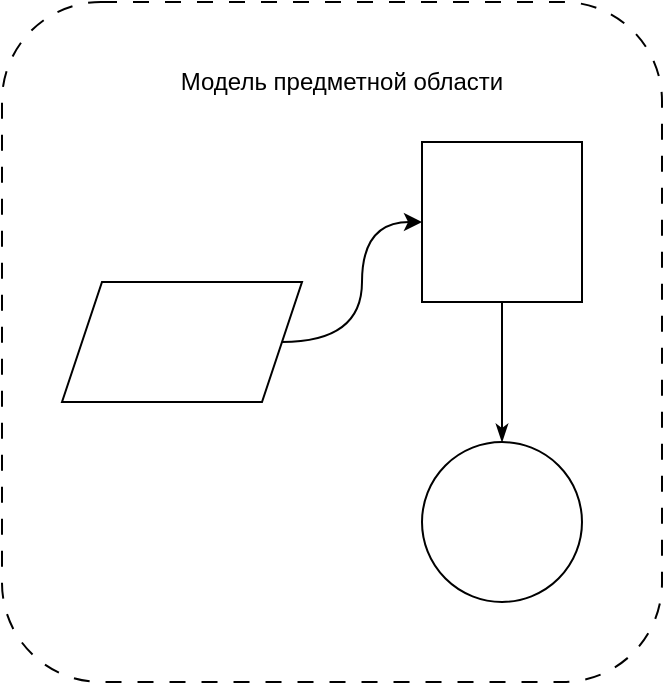
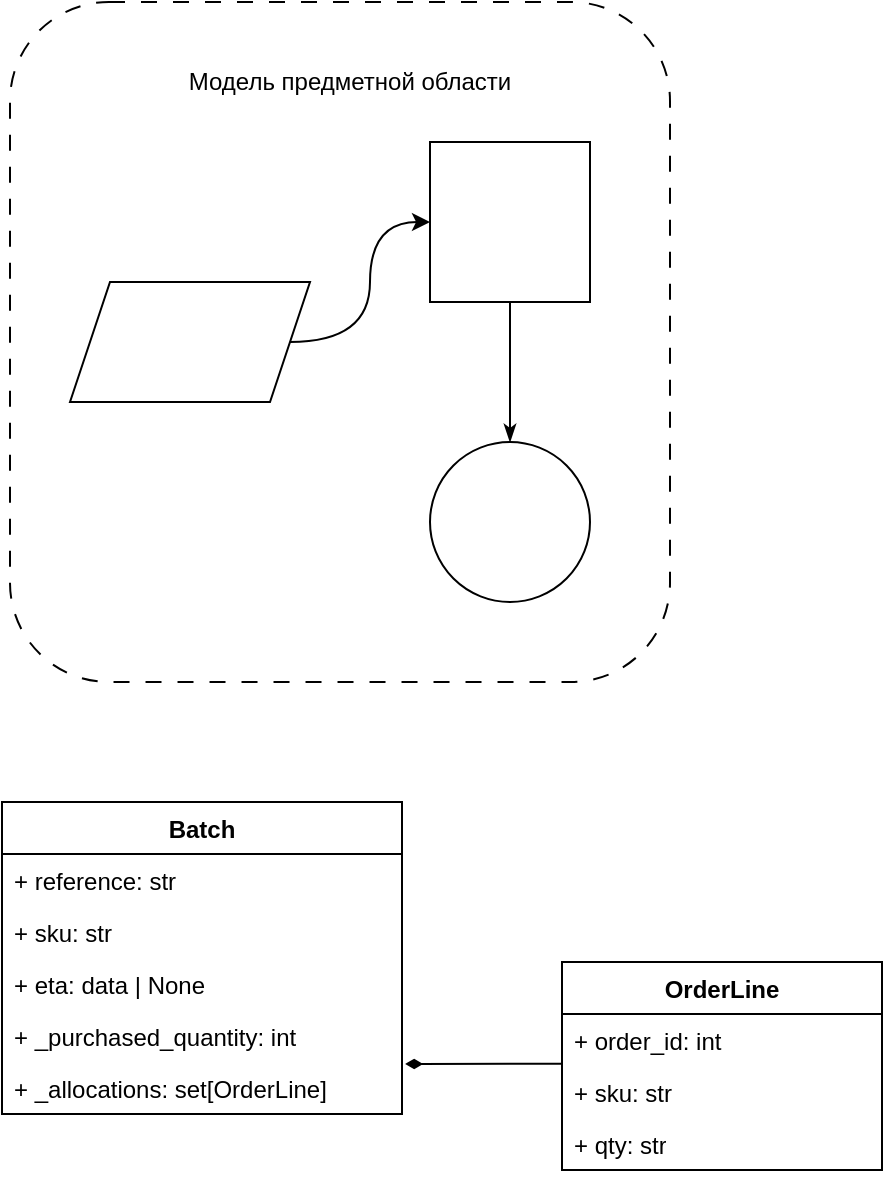
<mxfile host="Electron">
  <diagram name="Страница-1" id="V3rpfnUflKaNotFs_5z8">
-     <mxGraphModel dx="691" dy="844" grid="1" gridSize="10" guides="1" tooltips="1" connect="1" arrows="1" fold="1" page="1" pageScale="1" pageWidth="827" pageHeight="1169" math="0" shadow="0">
+     <mxGraphModel dx="693" dy="844" grid="1" gridSize="10" guides="1" tooltips="1" connect="1" arrows="1" fold="1" page="1" pageScale="1" pageWidth="827" pageHeight="1169" math="0" shadow="0">
      <root>
        <mxCell id="0" />
        <mxCell id="1" parent="0" />
        <mxCell id="9TURucZzgN30wxD5UjFS-12" connectable="0" parent="1" style="group" value="" vertex="1">
          <mxGeometry height="340" width="330" x="84" y="40" as="geometry" />
        </mxCell>
        <mxCell id="9TURucZzgN30wxD5UjFS-5" parent="9TURucZzgN30wxD5UjFS-12" style="html=1;whiteSpace=wrap;dashed=1;dashPattern=8 8;gradientColor=none;rounded=1;glass=0;shadow=0;" value="" vertex="1">
          <mxGeometry height="340" width="330" as="geometry" />
        </mxCell>
        <mxCell id="9TURucZzgN30wxD5UjFS-6" parent="9TURucZzgN30wxD5UjFS-12" style="text;html=1;whiteSpace=wrap;strokeColor=none;fillColor=none;align=center;verticalAlign=middle;rounded=0;" value="Модель предметной области" vertex="1">
          <mxGeometry height="40" width="240" x="50" y="20" as="geometry" />
        </mxCell>
        <mxCell id="9TURucZzgN30wxD5UjFS-7" parent="9TURucZzgN30wxD5UjFS-12" style="shape=parallelogram;perimeter=parallelogramPerimeter;whiteSpace=wrap;html=1;fixedSize=1;" value="" vertex="1">
          <mxGeometry height="60" width="120" x="30" y="140" as="geometry" />
        </mxCell>
        <mxCell id="9TURucZzgN30wxD5UjFS-8" parent="9TURucZzgN30wxD5UjFS-12" style="whiteSpace=wrap;html=1;aspect=fixed;" value="" vertex="1">
          <mxGeometry height="80" width="80" x="210" y="70" as="geometry" />
        </mxCell>
        <mxCell id="9TURucZzgN30wxD5UjFS-9" parent="9TURucZzgN30wxD5UjFS-12" style="ellipse;whiteSpace=wrap;html=1;aspect=fixed;" value="" vertex="1">
          <mxGeometry height="80" width="80" x="210" y="220" as="geometry" />
        </mxCell>
        <mxCell id="9TURucZzgN30wxD5UjFS-10" edge="1" parent="9TURucZzgN30wxD5UjFS-12" source="9TURucZzgN30wxD5UjFS-7" style="curved=1;endArrow=classic;html=1;rounded=0;entryX=0;entryY=0.5;entryDx=0;entryDy=0;exitX=1;exitY=0.5;exitDx=0;exitDy=0;edgeStyle=orthogonalEdgeStyle;endFill=1;" target="9TURucZzgN30wxD5UjFS-8" value="">
          <mxGeometry height="50" relative="1" width="50" as="geometry">
            <mxPoint x="140" y="200" as="sourcePoint" />
            <mxPoint x="190" y="150" as="targetPoint" />
          </mxGeometry>
        </mxCell>
        <mxCell id="9TURucZzgN30wxD5UjFS-11" edge="1" parent="9TURucZzgN30wxD5UjFS-12" source="9TURucZzgN30wxD5UjFS-9" style="endArrow=none;html=1;rounded=0;entryX=0.5;entryY=1;entryDx=0;entryDy=0;exitX=0.5;exitY=0;exitDx=0;exitDy=0;startArrow=classicThin;startFill=1;" target="9TURucZzgN30wxD5UjFS-8" value="">
          <mxGeometry height="50" relative="1" width="50" as="geometry">
            <mxPoint x="140" y="200" as="sourcePoint" />
            <mxPoint x="190" y="150" as="targetPoint" />
          </mxGeometry>
        </mxCell>
+         <mxCell id="mqwCX_SPE4qyENMmute8-1" parent="1" style="swimlane;fontStyle=1;align=center;verticalAlign=top;childLayout=stackLayout;horizontal=1;startSize=26;horizontalStack=0;resizeParent=1;resizeParentMax=0;resizeLast=0;collapsible=1;marginBottom=0;whiteSpace=wrap;html=1;" value="Batch" vertex="1">
+           <mxGeometry height="156" width="200" x="80" y="440" as="geometry" />
+         </mxCell>
+         <mxCell id="mqwCX_SPE4qyENMmute8-2" parent="mqwCX_SPE4qyENMmute8-1" style="text;strokeColor=none;fillColor=none;align=left;verticalAlign=top;spacingLeft=4;spacingRight=4;overflow=hidden;rotatable=0;points=[[0,0.5],[1,0.5]];portConstraint=eastwest;whiteSpace=wrap;html=1;" value="+ reference: str" vertex="1">
+           <mxGeometry height="26" width="200" y="26" as="geometry" />
+         </mxCell>
+         <mxCell id="mqwCX_SPE4qyENMmute8-5" parent="mqwCX_SPE4qyENMmute8-1" style="text;strokeColor=none;fillColor=none;align=left;verticalAlign=top;spacingLeft=4;spacingRight=4;overflow=hidden;rotatable=0;points=[[0,0.5],[1,0.5]];portConstraint=eastwest;whiteSpace=wrap;html=1;" value="+ sku: str" vertex="1">
+           <mxGeometry height="26" width="200" y="52" as="geometry" />
+         </mxCell>
+         <mxCell id="mqwCX_SPE4qyENMmute8-6" parent="mqwCX_SPE4qyENMmute8-1" style="text;strokeColor=none;fillColor=none;align=left;verticalAlign=top;spacingLeft=4;spacingRight=4;overflow=hidden;rotatable=0;points=[[0,0.5],[1,0.5]];portConstraint=eastwest;whiteSpace=wrap;html=1;" value="+ eta: data | None" vertex="1">
+           <mxGeometry height="26" width="200" y="78" as="geometry" />
+         </mxCell>
+         <mxCell id="mqwCX_SPE4qyENMmute8-7" parent="mqwCX_SPE4qyENMmute8-1" style="text;strokeColor=none;fillColor=none;align=left;verticalAlign=top;spacingLeft=4;spacingRight=4;overflow=hidden;rotatable=0;points=[[0,0.5],[1,0.5]];portConstraint=eastwest;whiteSpace=wrap;html=1;" value="+ _purchased_quantity: int" vertex="1">
+           <mxGeometry height="26" width="200" y="104" as="geometry" />
+         </mxCell>
+         <mxCell id="mqwCX_SPE4qyENMmute8-8" parent="mqwCX_SPE4qyENMmute8-1" style="text;strokeColor=none;fillColor=none;align=left;verticalAlign=top;spacingLeft=4;spacingRight=4;overflow=hidden;rotatable=0;points=[[0,0.5],[1,0.5]];portConstraint=eastwest;whiteSpace=wrap;html=1;" value="+ _allocations: set[OrderLine]" vertex="1">
+           <mxGeometry height="26" width="200" y="130" as="geometry" />
+         </mxCell>
+         <mxCell id="mqwCX_SPE4qyENMmute8-9" parent="1" style="swimlane;fontStyle=1;align=center;verticalAlign=top;childLayout=stackLayout;horizontal=1;startSize=26;horizontalStack=0;resizeParent=1;resizeParentMax=0;resizeLast=0;collapsible=1;marginBottom=0;whiteSpace=wrap;html=1;" value="OrderLine" vertex="1">
+           <mxGeometry height="104" width="160" x="360" y="520" as="geometry" />
+         </mxCell>
+         <mxCell id="mqwCX_SPE4qyENMmute8-10" parent="mqwCX_SPE4qyENMmute8-9" style="text;strokeColor=none;fillColor=none;align=left;verticalAlign=top;spacingLeft=4;spacingRight=4;overflow=hidden;rotatable=0;points=[[0,0.5],[1,0.5]];portConstraint=eastwest;whiteSpace=wrap;html=1;" value="+ order_id: int" vertex="1">
+           <mxGeometry height="26" width="160" y="26" as="geometry" />
+         </mxCell>
+         <mxCell id="mqwCX_SPE4qyENMmute8-13" parent="mqwCX_SPE4qyENMmute8-9" style="text;strokeColor=none;fillColor=none;align=left;verticalAlign=top;spacingLeft=4;spacingRight=4;overflow=hidden;rotatable=0;points=[[0,0.5],[1,0.5]];portConstraint=eastwest;whiteSpace=wrap;html=1;" value="+ sku: str" vertex="1">
+           <mxGeometry height="26" width="160" y="52" as="geometry" />
+         </mxCell>
+         <mxCell id="mqwCX_SPE4qyENMmute8-14" parent="mqwCX_SPE4qyENMmute8-9" style="text;strokeColor=none;fillColor=none;align=left;verticalAlign=top;spacingLeft=4;spacingRight=4;overflow=hidden;rotatable=0;points=[[0,0.5],[1,0.5]];portConstraint=eastwest;whiteSpace=wrap;html=1;" value="+ qty: str" vertex="1">
+           <mxGeometry height="26" width="160" y="78" as="geometry" />
+         </mxCell>
+         <mxCell id="mqwCX_SPE4qyENMmute8-16" edge="1" parent="1" source="mqwCX_SPE4qyENMmute8-8" style="endArrow=none;html=1;rounded=0;entryX=-0.001;entryY=0.957;entryDx=0;entryDy=0;exitX=1.008;exitY=0.038;exitDx=0;exitDy=0;exitPerimeter=0;entryPerimeter=0;startArrow=diamondThin;startFill=1;strokeWidth=1;" target="mqwCX_SPE4qyENMmute8-10" value="">
+           <mxGeometry height="50" relative="1" width="50" as="geometry">
+             <mxPoint x="270" y="557" as="sourcePoint" />
+             <mxPoint x="430" y="410" as="targetPoint" />
+           </mxGeometry>
+         </mxCell>
      </root>
    </mxGraphModel>
  </diagram>
</mxfile>
